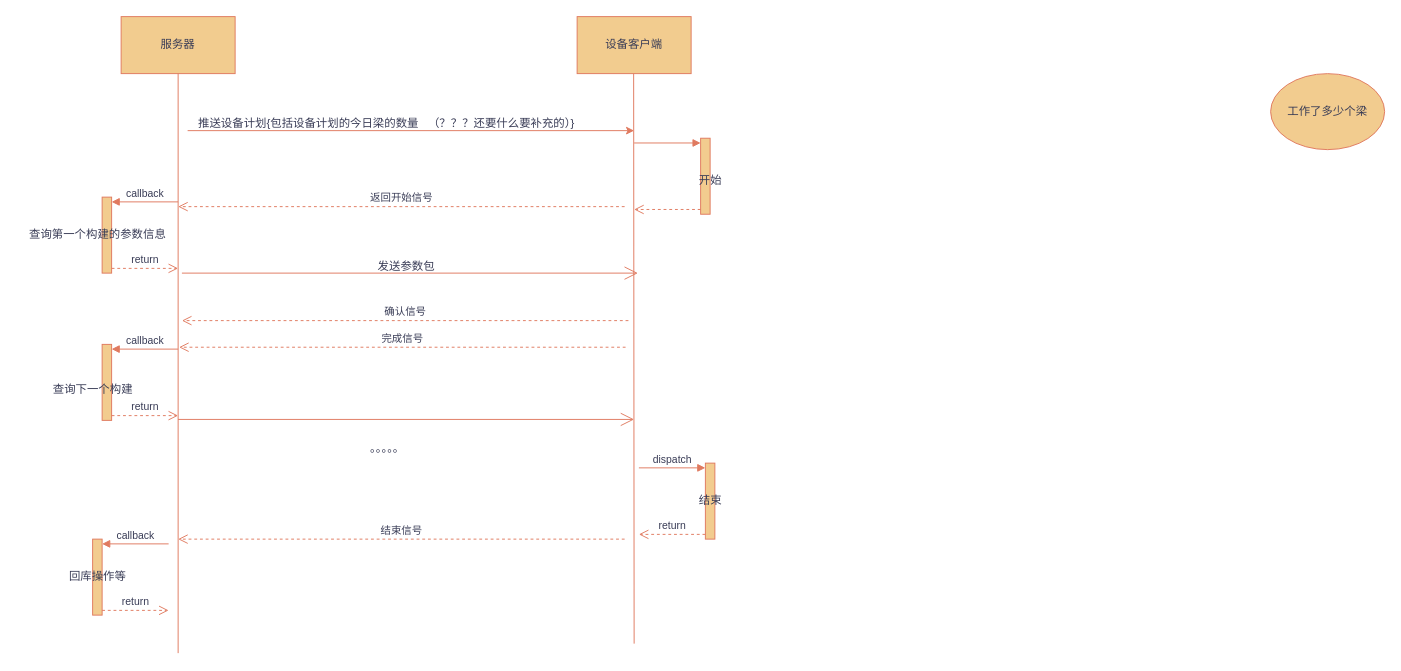
Before: 狮子洋设备.drawio in ChengziMao/helloword, a draw.io diagram. Source tidied: cells renumbered, new cells numbered last; positions are measured from the earlier drawing's top-left corner, leaving out a move shared by most shapes. Both pictures are drawn from the tidied source at 95%, with x=0, y=0 at pixel (16, 16).
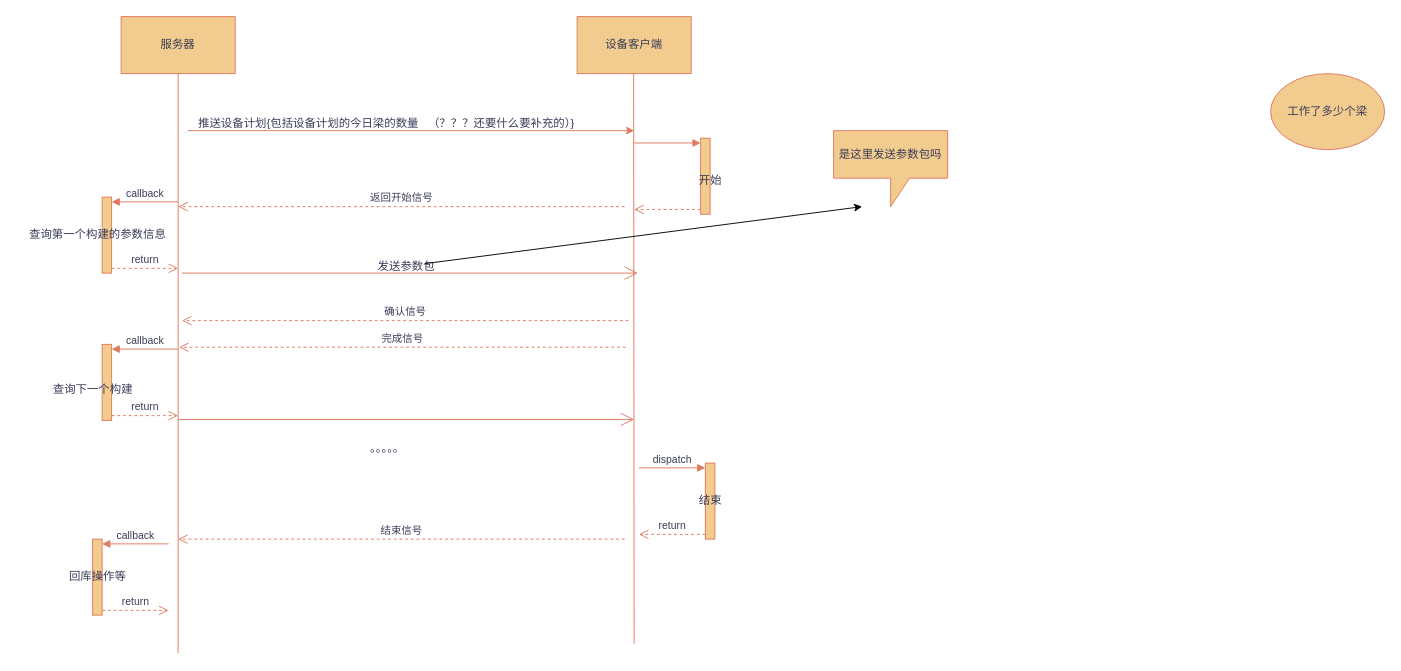
The same page after the edit.

Commit message (it also covers changes not shown here):
更新狮子洋设备.drawio

The edit, as a diff of the source:
```diff
@@
+    <mxCell id="35" style="endArrow=classic;html=1;rounded=0;strokeColor=#050505;fontColor=#393C56;fillColor=#F2CC8F;" parent="1" edge="1">
+      <mxGeometry relative="1" as="geometry">
+        <mxPoint x="430" y="260" as="sourcePoint" />
+        <mxPoint x="890" y="200" as="targetPoint" />
+      </mxGeometry>
+    </mxCell>
+    <mxCell id="36" value="是这里发送参数包吗" style="shape=callout;whiteSpace=wrap;html=1;perimeter=calloutPerimeter;strokeColor=#E07A5F;fontColor=#393C56;fillColor=#F2CC8F;" parent="1" vertex="1">
+      <mxGeometry x="860" y="120" width="120" height="80" as="geometry" />
+    </mxCell>
```
